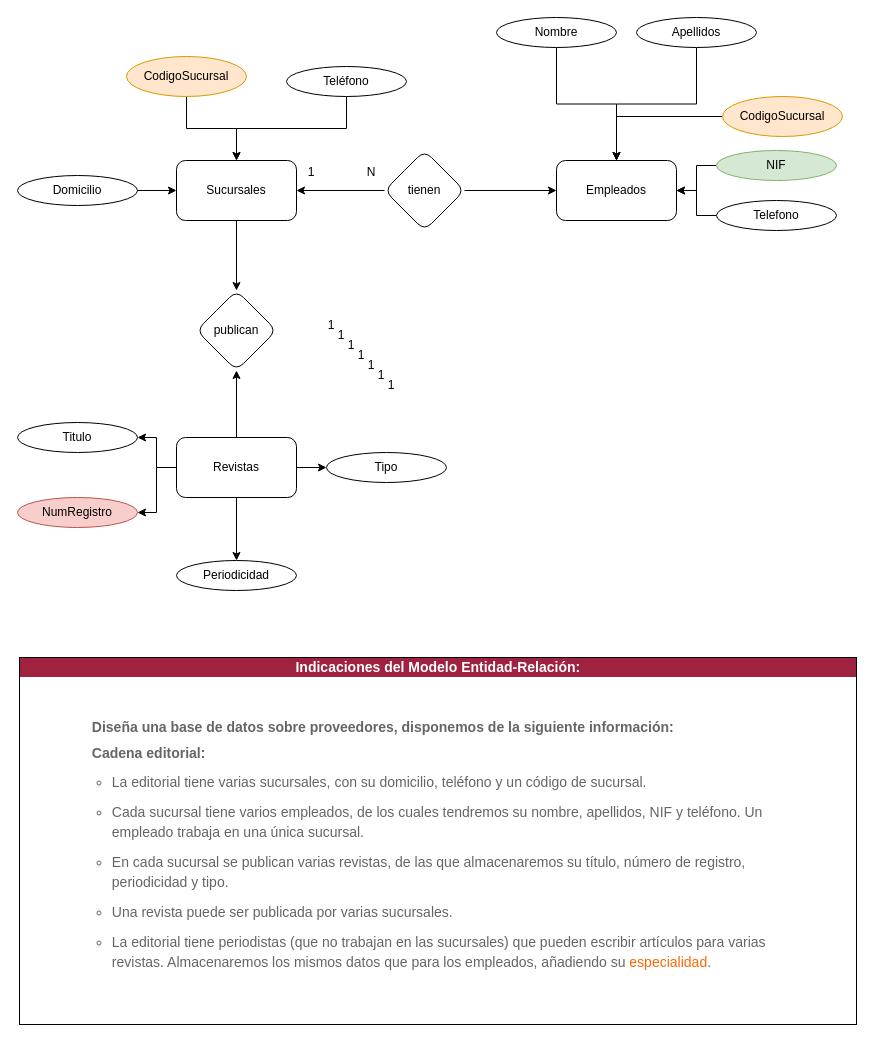
This is page "Página-3" (3 of 4) of Diagrama sin título.drawio from ErickCst/basesDatos, a draw.io file, before an edit. Source tidied: cells renumbered, new cells numbered last; positions are measured from the earlier drawing's top-left corner, leaving out a move shared by most shapes. Both pictures are drawn from the tidied source at 100%, with x=0, y=0 at pixel (17, 17).
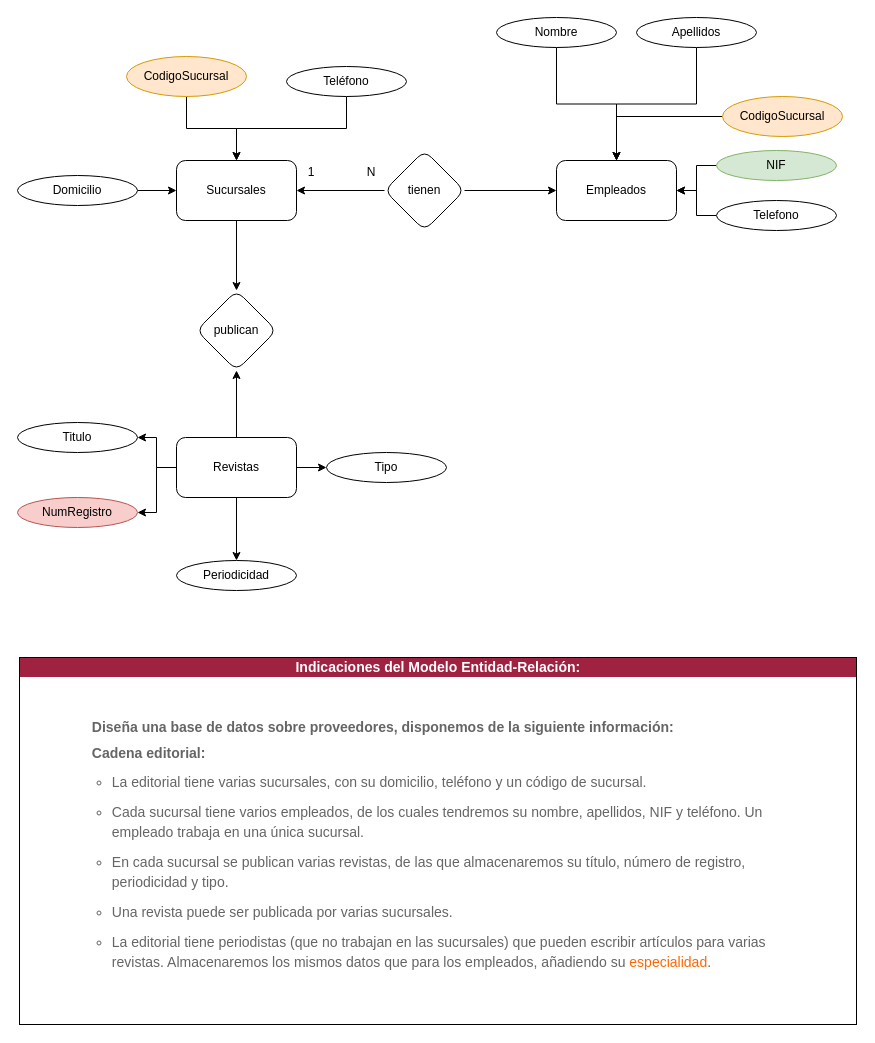
The same diagram, later.

What changed in the source:
```diff
@@
-    <mxCell id="36" value="1" style="text;html=1;strokeColor=none;fillColor=none;align=center;verticalAlign=middle;whiteSpace=wrap;rounded=0;" parent="1" vertex="1">
-      <mxGeometry x="299" y="293" width="30" height="30" as="geometry" />
-    </mxCell>
-    <mxCell id="37" value="1" style="text;html=1;strokeColor=none;fillColor=none;align=center;verticalAlign=middle;whiteSpace=wrap;rounded=0;" parent="1" vertex="1">
-      <mxGeometry x="309" y="303" width="30" height="30" as="geometry" />
-    </mxCell>
-    <mxCell id="38" value="1" style="text;html=1;strokeColor=none;fillColor=none;align=center;verticalAlign=middle;whiteSpace=wrap;rounded=0;" parent="1" vertex="1">
-      <mxGeometry x="319" y="313" width="30" height="30" as="geometry" />
-    </mxCell>
-    <mxCell id="39" value="1" style="text;html=1;strokeColor=none;fillColor=none;align=center;verticalAlign=middle;whiteSpace=wrap;rounded=0;" parent="1" vertex="1">
-      <mxGeometry x="329" y="323" width="30" height="30" as="geometry" />
-    </mxCell>
-    <mxCell id="40" value="1" style="text;html=1;strokeColor=none;fillColor=none;align=center;verticalAlign=middle;whiteSpace=wrap;rounded=0;" parent="1" vertex="1">
-      <mxGeometry x="339" y="333" width="30" height="30" as="geometry" />
-    </mxCell>
-    <mxCell id="41" value="1" style="text;html=1;strokeColor=none;fillColor=none;align=center;verticalAlign=middle;whiteSpace=wrap;rounded=0;" parent="1" vertex="1">
-      <mxGeometry x="349" y="343" width="30" height="30" as="geometry" />
-    </mxCell>
-    <mxCell id="42" value="1" style="text;html=1;strokeColor=none;fillColor=none;align=center;verticalAlign=middle;whiteSpace=wrap;rounded=0;" parent="1" vertex="1">
-      <mxGeometry x="359" y="353" width="30" height="30" as="geometry" />
-    </mxCell>
```
